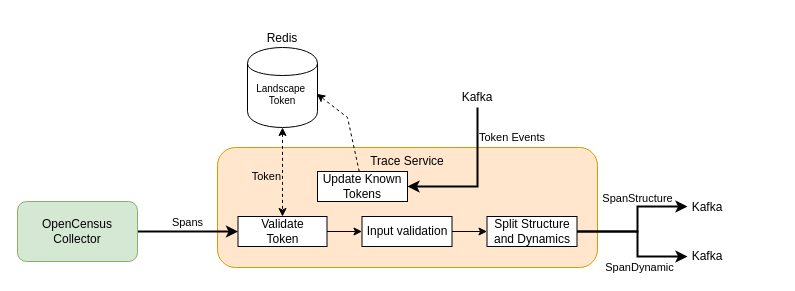
Before: .docs/diagrams.drawio in ExplorViz/adapter-service, a draw.io diagram. Source tidied: cells renumbered, new cells numbered last; positions are measured from the earlier drawing's top-left corner, leaving out a move shared by most shapes. Both pictures are drawn from the tidied source at 100%, with x=0, y=0 at pixel (17, 47).
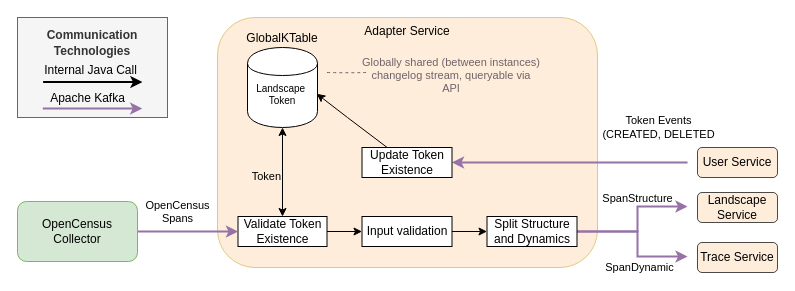
After the change.

Commit message (it also covers changes not shown here):
updated Adapter-Service image

The change refers to these unchanged cells:
```xml
<mxCell id="6" value="OpenCensus&lt;br&gt;Collector" style="rounded=1;whiteSpace=wrap;html=1;fillColor=#d5e8d4;strokeColor=#82b366;" parent="1" vertex="1">
  <mxGeometry y="154" width="120" height="60" as="geometry" />
</mxCell>
<mxCell id="7" style="group;" parent="1" vertex="1">
  <mxGeometry x="230" width="70" height="80" as="geometry" />
</mxCell>
<mxCell id="16" value="Split Structure and Dynamics" style="rounded=0;whiteSpace=wrap;html=1;" parent="1" vertex="1">
  <mxGeometry x="469.5" y="169" width="90" height="30" as="geometry" />
</mxCell>
```

Change to the diagram source:
```diff
@@
-    <mxCell id="2" value="Trace Service" style="rounded=1;whiteSpace=wrap;html=1;fillColor=#ffe6cc;strokeColor=#d79b00;verticalAlign=top;" parent="1" vertex="1">
-      <mxGeometry x="200" y="100" width="380" height="120" as="geometry" />
+    <mxCell id="2" value="Adapter Service" style="rounded=1;whiteSpace=wrap;html=1;fillColor=#FFE6CC;strokeColor=#d6b656;verticalAlign=top;opacity=70;" parent="1" vertex="1">
+      <mxGeometry x="200" y="-30" width="380" height="250" as="geometry" />
     </mxCell>
@@
-    <mxCell id="4" value="Validate&lt;br&gt;Token" style="rounded=0;whiteSpace=wrap;html=1;align=center;verticalAlign=middle;" parent="1" vertex="1">
+    <mxCell id="4" value="Validate Token&lt;br&gt;Existence" style="rounded=0;whiteSpace=wrap;html=1;align=center;verticalAlign=middle;" parent="1" vertex="1">
       <mxGeometry x="220.5" y="169" width="89" height="30" as="geometry" />
     </mxCell>
-    <mxCell id="5" value="Spans" style="edgeStyle=orthogonalEdgeStyle;rounded=0;jettySize=auto;html=1;strokeWidth=2;labelPosition=center;verticalLabelPosition=top;align=center;verticalAlign=bottom;" parent="1" edge="1" source="6" target="4">
-      <mxGeometry relative="1" as="geometry" />
+    <mxCell id="5" value="OpenCensus &lt;br&gt;Spans" style="edgeStyle=orthogonalEdgeStyle;rounded=0;jettySize=auto;html=1;strokeWidth=2;labelPosition=center;verticalLabelPosition=top;align=center;verticalAlign=bottom;labelBackgroundColor=none;strokeColor=#9673A6;" parent="1" edge="1" source="6" target="4">
+      <mxGeometry x="-0.2" y="4" relative="1" as="geometry" />
     </mxCell>
@@
-    <mxCell id="8" value="Redis" style="shape=cylinder;whiteSpace=wrap;html=1;boundedLbl=1;backgroundOutline=1;verticalAlign=bottom;labelPosition=center;verticalLabelPosition=top;align=center;" parent="7" vertex="1">
+    <mxCell id="8" value="GlobalKTable" style="shape=cylinder;whiteSpace=wrap;html=1;boundedLbl=1;backgroundOutline=1;verticalAlign=bottom;labelPosition=center;verticalLabelPosition=top;align=center;" parent="7" vertex="1">
       <mxGeometry width="70" height="80" as="geometry" />
     </mxCell>
@@
-    <mxCell id="10" value="Token" style="edgeStyle=orthogonalEdgeStyle;rounded=0;jettySize=auto;html=1;strokeWidth=1;exitX=0.5;exitY=1;exitDx=0;exitDy=0;startArrow=classic;startFill=1;dashed=1;labelBackgroundColor=none;labelPosition=left;verticalLabelPosition=middle;align=right;verticalAlign=middle;" parent="1" edge="1" source="8" target="4">
+    <mxCell id="10" value="Token" style="edgeStyle=orthogonalEdgeStyle;rounded=0;jettySize=auto;html=1;strokeWidth=1;exitX=0.5;exitY=1;exitDx=0;exitDy=0;startArrow=classic;startFill=1;labelBackgroundColor=none;labelPosition=left;verticalLabelPosition=middle;align=right;verticalAlign=middle;" parent="1" edge="1" source="8" target="4">
       <mxGeometry x="0.09" relative="1" as="geometry" />
     </mxCell>
@@
-    <mxCell id="13" value="SpanStructure" style="edgeStyle=orthogonalEdgeStyle;rounded=0;jettySize=auto;html=1;exitX=1;exitY=0.5;exitDx=0;exitDy=0;entryX=0;entryY=0.5;entryDx=0;entryDy=0;labelBackgroundColor=none;startArrow=none;startFill=0;strokeWidth=2;labelPosition=center;verticalLabelPosition=top;align=center;verticalAlign=bottom;" parent="1" edge="1" source="16">
+    <mxCell id="13" value="SpanStructure" style="edgeStyle=orthogonalEdgeStyle;rounded=0;jettySize=auto;html=1;exitX=1;exitY=0.5;exitDx=0;exitDy=0;entryX=0;entryY=0.5;entryDx=0;entryDy=0;labelBackgroundColor=none;startArrow=none;startFill=0;strokeWidth=2;labelPosition=center;verticalLabelPosition=top;align=center;verticalAlign=bottom;strokeColor=#9673A6;" parent="1" edge="1" source="16">
       <mxGeometry x="0.26" relative="1" as="geometry">
         <mxPoint x="670" y="159" as="targetPoint" />
         <Array as="points">
           <mxPoint x="620" y="184" />
           <mxPoint x="620" y="159" />
         </Array>
       </mxGeometry>
     </mxCell>
-    <mxCell id="14" style="edgeStyle=orthogonalEdgeStyle;rounded=0;jettySize=auto;html=1;exitX=1;exitY=0.5;exitDx=0;exitDy=0;entryX=0;entryY=0.5;entryDx=0;entryDy=0;labelBackgroundColor=none;startArrow=none;startFill=0;strokeWidth=2;labelPosition=center;verticalLabelPosition=bottom;align=center;verticalAlign=top;" parent="1" edge="1" source="16">
+    <mxCell id="14" style="edgeStyle=orthogonalEdgeStyle;rounded=0;jettySize=auto;html=1;exitX=1;exitY=0.5;exitDx=0;exitDy=0;entryX=0;entryY=0.5;entryDx=0;entryDy=0;labelBackgroundColor=none;startArrow=none;startFill=0;strokeWidth=2;labelPosition=center;verticalLabelPosition=bottom;align=center;verticalAlign=top;strokeColor=#9673A6;" parent="1" edge="1" source="16">
       <mxGeometry relative="1" as="geometry">
         <mxPoint x="670" y="209" as="targetPoint" />
         <Array as="points">
           <mxPoint x="620" y="184" />
           <mxPoint x="620" y="209" />
         </Array>
       </mxGeometry>
     </mxCell>
@@
-    <mxCell id="17" value="Kafka" style="text;html=1;strokeColor=none;fillColor=none;align=center;verticalAlign=middle;whiteSpace=wrap;rounded=0;" parent="1" vertex="1">
-      <mxGeometry x="670" y="150" width="40" height="20" as="geometry" />
-    </mxCell>
-    <mxCell id="18" value="Kafka" style="text;html=1;strokeColor=none;fillColor=none;align=center;verticalAlign=middle;whiteSpace=wrap;rounded=0;" parent="1" vertex="1">
-      <mxGeometry x="670" y="199" width="40" height="20" as="geometry" />
-    </mxCell>
-    <mxCell id="19" value="Token Events" style="edgeStyle=orthogonalEdgeStyle;rounded=0;jettySize=auto;html=1;labelBackgroundColor=none;startArrow=none;startFill=0;strokeWidth=2;labelPosition=right;verticalLabelPosition=middle;align=left;verticalAlign=middle;entryX=1;entryY=0.5;entryDx=0;entryDy=0;" parent="1" edge="1" target="21">
-      <mxGeometry x="-0.6" relative="1" as="geometry">
-        <mxPoint x="460" y="60" as="sourcePoint" />
+    <mxCell id="19" value="Token Events &lt;br&gt;(CREATED, DELETED" style="edgeStyle=orthogonalEdgeStyle;rounded=0;jettySize=auto;html=1;labelBackgroundColor=none;startArrow=none;startFill=0;strokeWidth=2;labelPosition=right;verticalLabelPosition=middle;align=center;verticalAlign=middle;entryX=1;entryY=0.5;entryDx=0;entryDy=0;strokeColor=#9673A6;" parent="1" edge="1" target="21">
+      <mxGeometry x="-0.75" y="-35" relative="1" as="geometry">
+        <mxPoint x="670" y="115" as="sourcePoint" />
         <Array as="points">
-          <mxPoint x="460" y="139" />
+          <mxPoint x="540" y="115" />
+          <mxPoint x="540" y="115" />
         </Array>
       </mxGeometry>
     </mxCell>
-    <mxCell id="20" style="rounded=0;jettySize=auto;html=1;entryX=0.99;entryY=0.579;entryDx=0;entryDy=0;strokeWidth=1;entryPerimeter=0;dashed=1;" parent="1" edge="1" source="21" target="8">
+    <mxCell id="20" style="rounded=0;jettySize=auto;html=1;entryX=0.99;entryY=0.579;entryDx=0;entryDy=0;strokeWidth=1;entryPerimeter=0;" parent="1" edge="1" source="21" target="8">
       <mxGeometry relative="1" as="geometry">
         <Array as="points">
           <mxPoint x="330" y="70" />
         </Array>
       </mxGeometry>
     </mxCell>
-    <mxCell id="21" value="Update Known Tokens" style="rounded=0;whiteSpace=wrap;html=1;" parent="1" vertex="1">
-      <mxGeometry x="300" y="124" width="90" height="30" as="geometry" />
+    <mxCell id="21" value="Update Token&lt;br&gt;Existence" style="rounded=0;whiteSpace=wrap;html=1;" parent="1" vertex="1">
+      <mxGeometry x="344.5" y="100" width="90" height="30" as="geometry" />
     </mxCell>
-    <mxCell id="22" value="Kafka" style="text;html=1;strokeColor=none;fillColor=none;align=center;verticalAlign=middle;whiteSpace=wrap;rounded=0;" parent="1" vertex="1">
-      <mxGeometry x="440" y="40" width="40" height="20" as="geometry" />
-    </mxCell>
+    <mxCell id="23" value="&lt;font style=&quot;font-size: 12px&quot;&gt;&lt;b&gt;Communication &lt;br&gt;Technologies&lt;br&gt;&lt;br&gt;&lt;br&gt;&lt;/b&gt;&lt;br&gt;&lt;/font&gt;" style="rounded=0;whiteSpace=wrap;html=1;fontSize=14;fillColor=#f5f5f5;strokeColor=#666666;fontColor=#333333;" parent="1" vertex="1">
+      <mxGeometry y="-30" width="150" height="100" as="geometry" />
+    </mxCell>
+    <mxCell id="24" style="edgeStyle=orthogonalEdgeStyle;rounded=0;orthogonalLoop=1;jettySize=auto;html=1;exitX=1;exitY=0.5;exitDx=0;exitDy=0;fillColor=#d5e8d4;strokeColor=#000000;strokeWidth=2;gradientColor=#97d077;fontSize=14;" parent="1" edge="1">
+      <mxGeometry relative="1" as="geometry">
+        <mxPoint x="25.6" y="34.6" as="sourcePoint" />
+        <mxPoint x="124.9" y="34.6" as="targetPoint" />
+      </mxGeometry>
+    </mxCell>
+    <mxCell id="25" value="Apache Kafka" style="text;html=1;align=center;verticalAlign=middle;strokeColor=none;fillColor=none;" parent="1" vertex="1">
+      <mxGeometry x="25" y="41" width="90" height="20" as="geometry" />
+    </mxCell>
+    <mxCell id="26" value="Internal Java Call" style="text;html=1;align=center;verticalAlign=middle;strokeColor=none;fillColor=none;" parent="1" vertex="1">
+      <mxGeometry x="18" y="13" width="110" height="20" as="geometry" />
+    </mxCell>
+    <mxCell id="27" value="User Service" style="rounded=1;whiteSpace=wrap;html=1;fillColor=#FFE6CC;opacity=70;" parent="1" vertex="1">
+      <mxGeometry x="680" y="100" width="80" height="30" as="geometry" />
+    </mxCell>
+    <mxCell id="28" value="Trace Service" style="rounded=1;whiteSpace=wrap;html=1;fillColor=#FFE6CC;opacity=70;" parent="1" vertex="1">
+      <mxGeometry x="680" y="195" width="80" height="30" as="geometry" />
+    </mxCell>
+    <mxCell id="29" value="Landscape Service" style="rounded=1;whiteSpace=wrap;html=1;fillColor=#FFE6CC;opacity=70;" parent="1" vertex="1">
+      <mxGeometry x="680" y="145" width="80" height="30" as="geometry" />
+    </mxCell>
+    <mxCell id="30" style="edgeStyle=orthogonalEdgeStyle;rounded=0;orthogonalLoop=1;jettySize=auto;html=1;exitX=1;exitY=0.5;exitDx=0;exitDy=0;fillColor=#d5e8d4;strokeColor=#9673A6;strokeWidth=2;gradientColor=#97d077;fontSize=14;" parent="1" edge="1">
+      <mxGeometry relative="1" as="geometry">
+        <mxPoint x="25.3" y="61" as="sourcePoint" />
+        <mxPoint x="124.7" y="61" as="targetPoint" />
+      </mxGeometry>
+    </mxCell>
+    <mxCell id="31" style="edgeStyle=orthogonalEdgeStyle;orthogonalLoop=1;jettySize=auto;html=1;startArrow=none;startFill=0;strokeWidth=1;fontSize=14;endArrow=none;endFill=0;jumpStyle=none;curved=1;fillColor=#bac8d3;strokeColor=#6E636A;dashed=1;" parent="1" edge="1">
+      <mxGeometry relative="1" as="geometry">
+        <mxPoint x="309.5" y="25" as="sourcePoint" />
+        <mxPoint x="350" y="25" as="targetPoint" />
+      </mxGeometry>
+    </mxCell>
+    <mxCell id="32" value="&lt;font color=&quot;#6e636a&quot; style=&quot;font-size: 11px&quot;&gt;Globally shared (between instances) changelog stream, queryable via API&lt;/font&gt;" style="text;html=1;strokeColor=none;fillColor=none;align=center;verticalAlign=middle;whiteSpace=wrap;rounded=0;fontSize=11;" parent="1" vertex="1">
+      <mxGeometry x="344" y="18" width="180" height="20" as="geometry" />
+    </mxCell>
```
